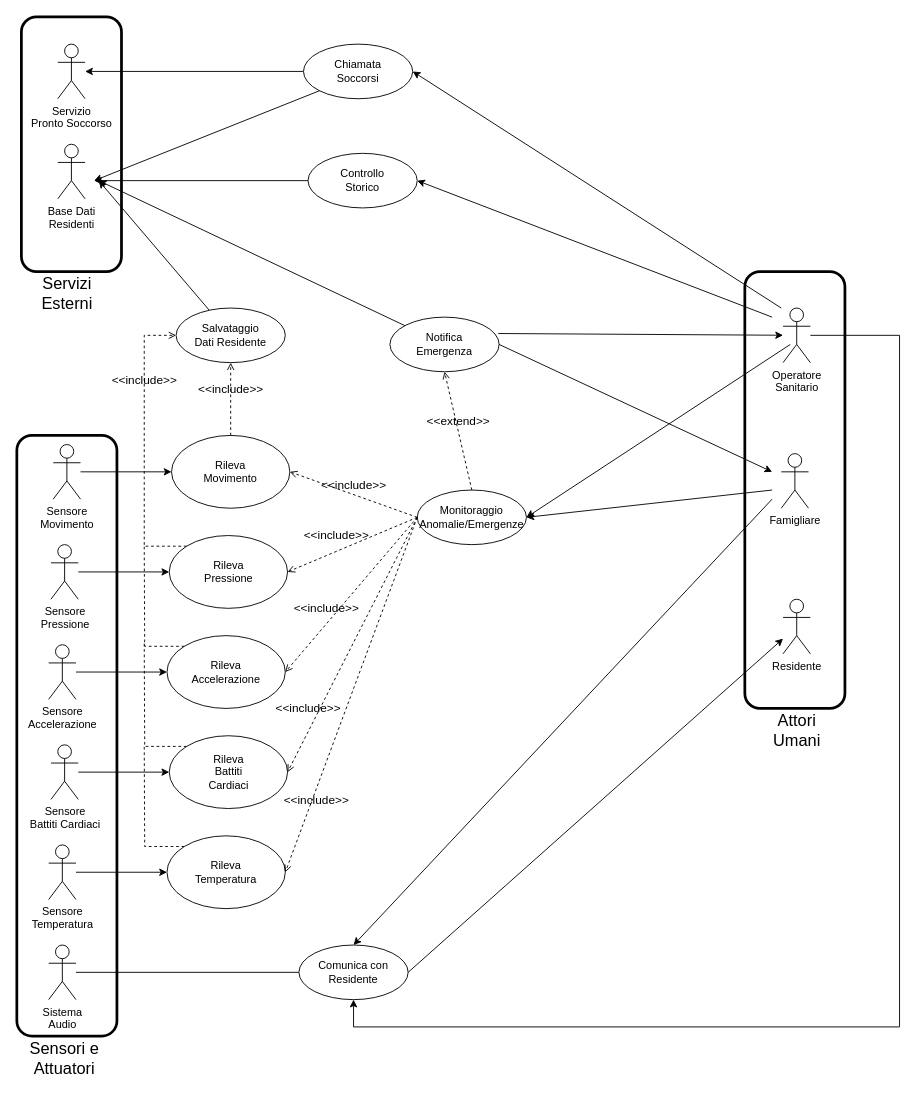
The draw.io diagram Progetto/Use_Case/UseCase.drawio in Wonderjack996/unimib-software-architecture, before the edit. Source tidied: cells renumbered, new cells numbered last; positions are measured from the earlier drawing's top-left corner, leaving out a move shared by most shapes. Both pictures are drawn from the tidied source at 91%, with x=0, y=0 at pixel (16, 16).
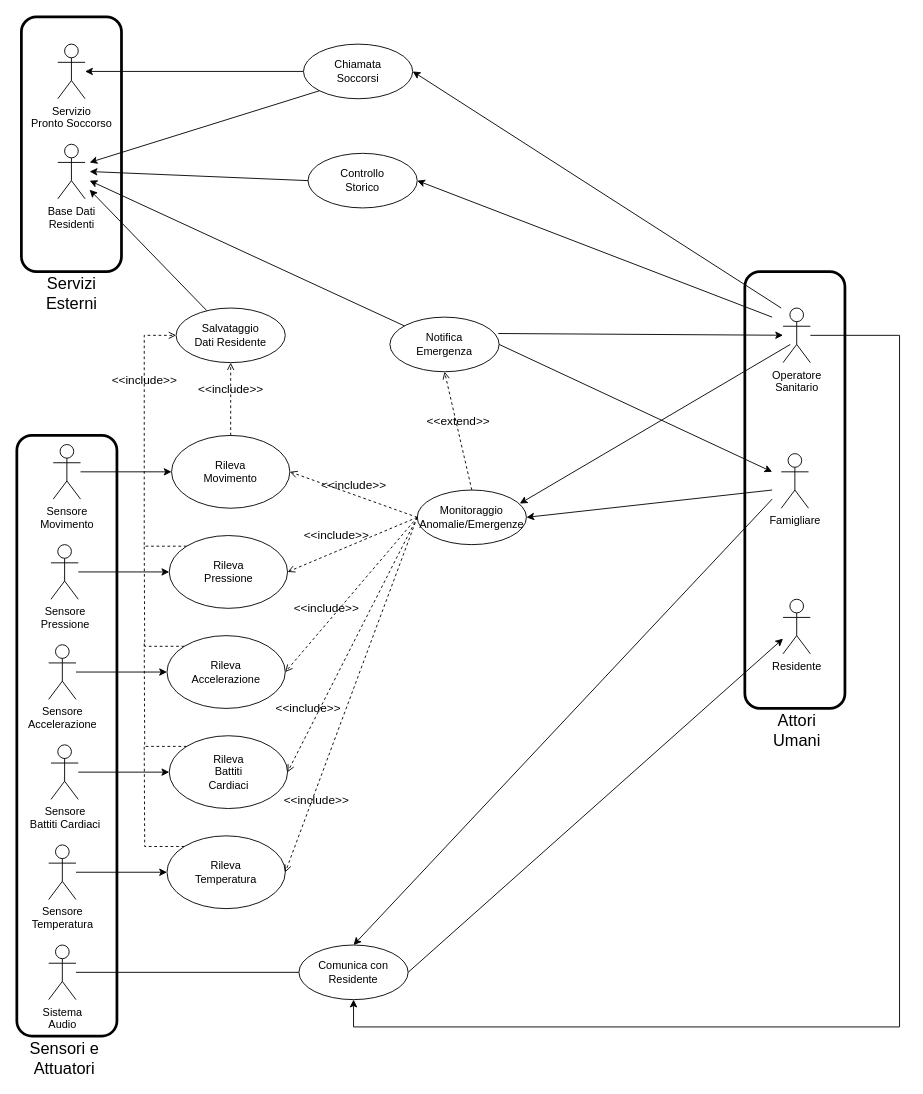
After the change.

The change refers to these unchanged cells:
```xml
<mxCell id="18" value="&lt;div&gt;Controllo&lt;/div&gt;&lt;div&gt;Storico&lt;br&gt;&lt;/div&gt;" style="ellipse;whiteSpace=wrap;html=1;verticalAlign=middle;" parent="1" vertex="1">
  <mxGeometry x="320" y="150" width="120" height="60" as="geometry" />
</mxCell>
<mxCell id="20" value="&lt;div&gt;Chiamata&lt;/div&gt;&lt;div&gt;Soccorsi&lt;br&gt;&lt;/div&gt;" style="ellipse;whiteSpace=wrap;html=1;verticalAlign=middle;" parent="1" vertex="1">
  <mxGeometry x="315" y="30" width="120" height="60" as="geometry" />
</mxCell>
<mxCell id="21" value="&lt;div&gt;Notifica&lt;/div&gt;&lt;div&gt;Emergenza&lt;br&gt;&lt;/div&gt;" style="ellipse;whiteSpace=wrap;html=1;verticalAlign=middle;" parent="1" vertex="1">
  <mxGeometry x="410" y="330" width="120" height="60" as="geometry" />
</mxCell>
<mxCell id="35" value="&lt;div&gt;Salvataggio&lt;/div&gt;&lt;div&gt;Dati Residente&lt;br&gt;&lt;/div&gt;" style="ellipse;whiteSpace=wrap;html=1;verticalAlign=middle;" parent="1" vertex="1">
  <mxGeometry x="175" y="320" width="120" height="60" as="geometry" />
</mxCell>
<mxCell id="38" value="&lt;div&gt;Monitoraggio&lt;/div&gt;&lt;div&gt;Anomalie/Emergenze&lt;br&gt;&lt;/div&gt;" style="ellipse;whiteSpace=wrap;html=1;verticalAlign=middle;" parent="1" vertex="1">
  <mxGeometry x="440" y="520" width="120" height="60" as="geometry" />
</mxCell>
```

The edit, as a diff of the source:
```diff
@@
     <mxCell id="12" style="rounded=0;jettySize=auto;html=1;fontSize=18;startArrow=classic;startFill=1;endArrow=none;endFill=0;" parent="1" edge="1" target="35">
       <mxGeometry relative="1" as="geometry">
-        <mxPoint x="90" y="180" as="sourcePoint" />
+        <mxPoint x="80" y="190" as="sourcePoint" />
       </mxGeometry>
     </mxCell>
@@
     <mxCell id="32" style="rounded=0;jettySize=auto;html=1;fontSize=18;startArrow=classic;startFill=1;endArrow=none;endFill=0;entryX=0;entryY=1;entryDx=0;entryDy=0;" parent="1" edge="1" target="20">
       <mxGeometry relative="1" as="geometry">
-        <mxPoint x="85" y="180" as="sourcePoint" />
+        <mxPoint x="80" y="160" as="sourcePoint" />
       </mxGeometry>
     </mxCell>
     <mxCell id="33" style="rounded=0;jettySize=auto;html=1;fontSize=18;startArrow=classic;startFill=1;endArrow=none;endFill=0;entryX=0;entryY=0.5;entryDx=0;entryDy=0;" parent="1" edge="1" target="18">
       <mxGeometry relative="1" as="geometry">
-        <mxPoint x="85" y="180" as="sourcePoint" />
+        <mxPoint x="80" y="170" as="sourcePoint" />
       </mxGeometry>
     </mxCell>
     <mxCell id="34" style="rounded=0;jettySize=auto;html=1;fontSize=18;startArrow=classic;startFill=1;endArrow=none;endFill=0;" parent="1" edge="1" target="21">
       <mxGeometry relative="1" as="geometry">
-        <mxPoint x="90" y="180" as="sourcePoint" />
+        <mxPoint x="80" y="180" as="sourcePoint" />
       </mxGeometry>
     </mxCell>
@@
-    <mxCell id="41" style="endArrow=none;html=1;rounded=0;fontSize=18;exitX=1;exitY=0.5;exitDx=0;exitDy=0;startArrow=classic;startFill=1;endFill=0;" parent="1" edge="1" source="38">
+    <mxCell id="41" style="endArrow=none;html=1;rounded=0;fontSize=18;startArrow=classic;startFill=1;endFill=0;exitX=0.939;exitY=0.248;exitDx=0;exitDy=0;exitPerimeter=0;" parent="1" edge="1" source="38">
       <mxGeometry relative="1" as="geometry">
         <mxPoint x="850" y="360" as="targetPoint" />
       </mxGeometry>
     </mxCell>
-    <mxCell id="42" style="endArrow=none;html=1;rounded=0;fontSize=18;exitX=1;exitY=0.5;exitDx=0;exitDy=0;startArrow=classic;startFill=1;endFill=0;" parent="1" edge="1" source="38">
+    <mxCell id="42" style="endArrow=none;html=1;rounded=0;fontSize=18;startArrow=classic;startFill=1;endFill=0;exitX=1;exitY=0.5;exitDx=0;exitDy=0;" parent="1" edge="1" source="38">
       <mxGeometry relative="1" as="geometry">
         <mxPoint x="830" y="520" as="targetPoint" />
       </mxGeometry>
     </mxCell>
@@
     <mxCell id="44" value="&lt;div&gt;Servizi&lt;/div&gt;&lt;div&gt;Esterni&lt;br&gt;&lt;/div&gt;" style="text;html=1;strokeColor=none;fillColor=none;align=center;verticalAlign=middle;whiteSpace=wrap;rounded=0;strokeWidth=3;fontSize=18;" parent="1" vertex="1">
-      <mxGeometry x="7.5" y="290" width="95" height="30" as="geometry" />
+      <mxGeometry x="12.5" y="290" width="95" height="30" as="geometry" />
     </mxCell>
```
